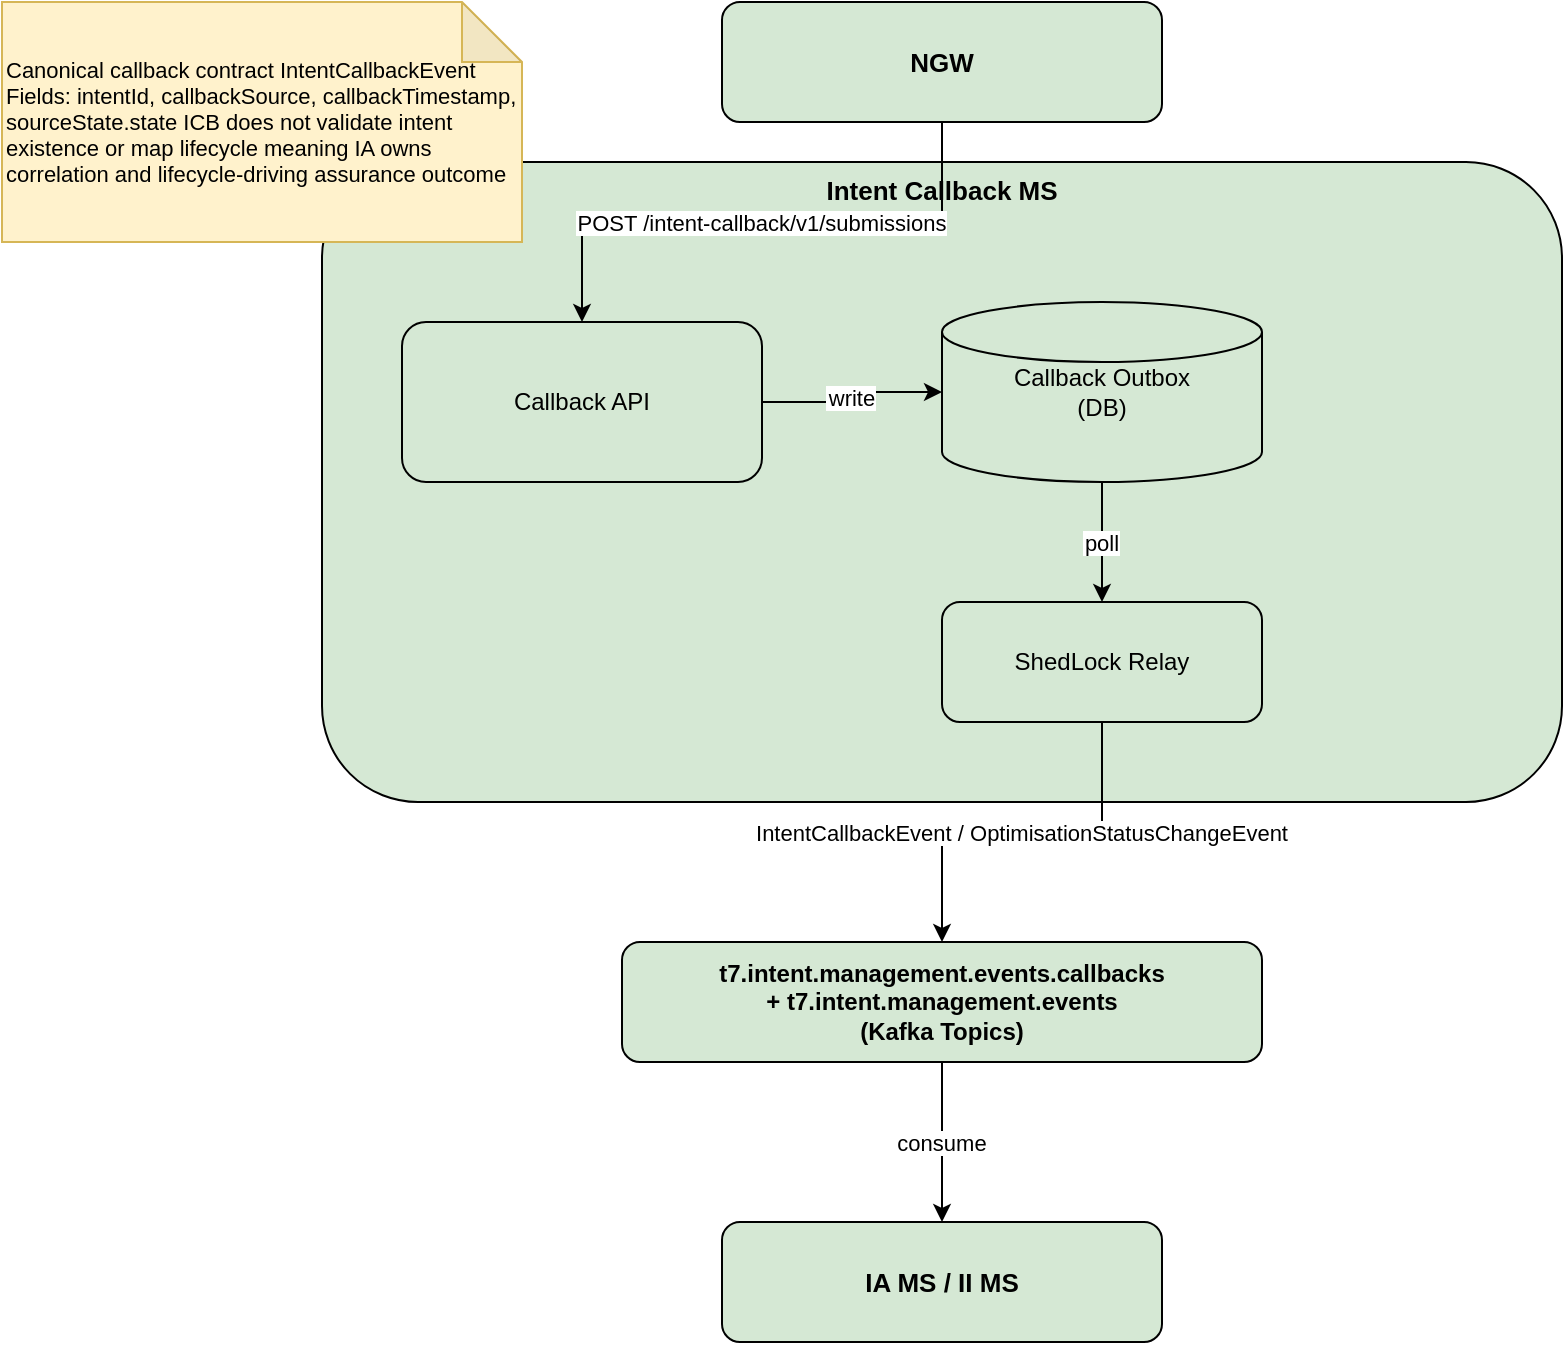
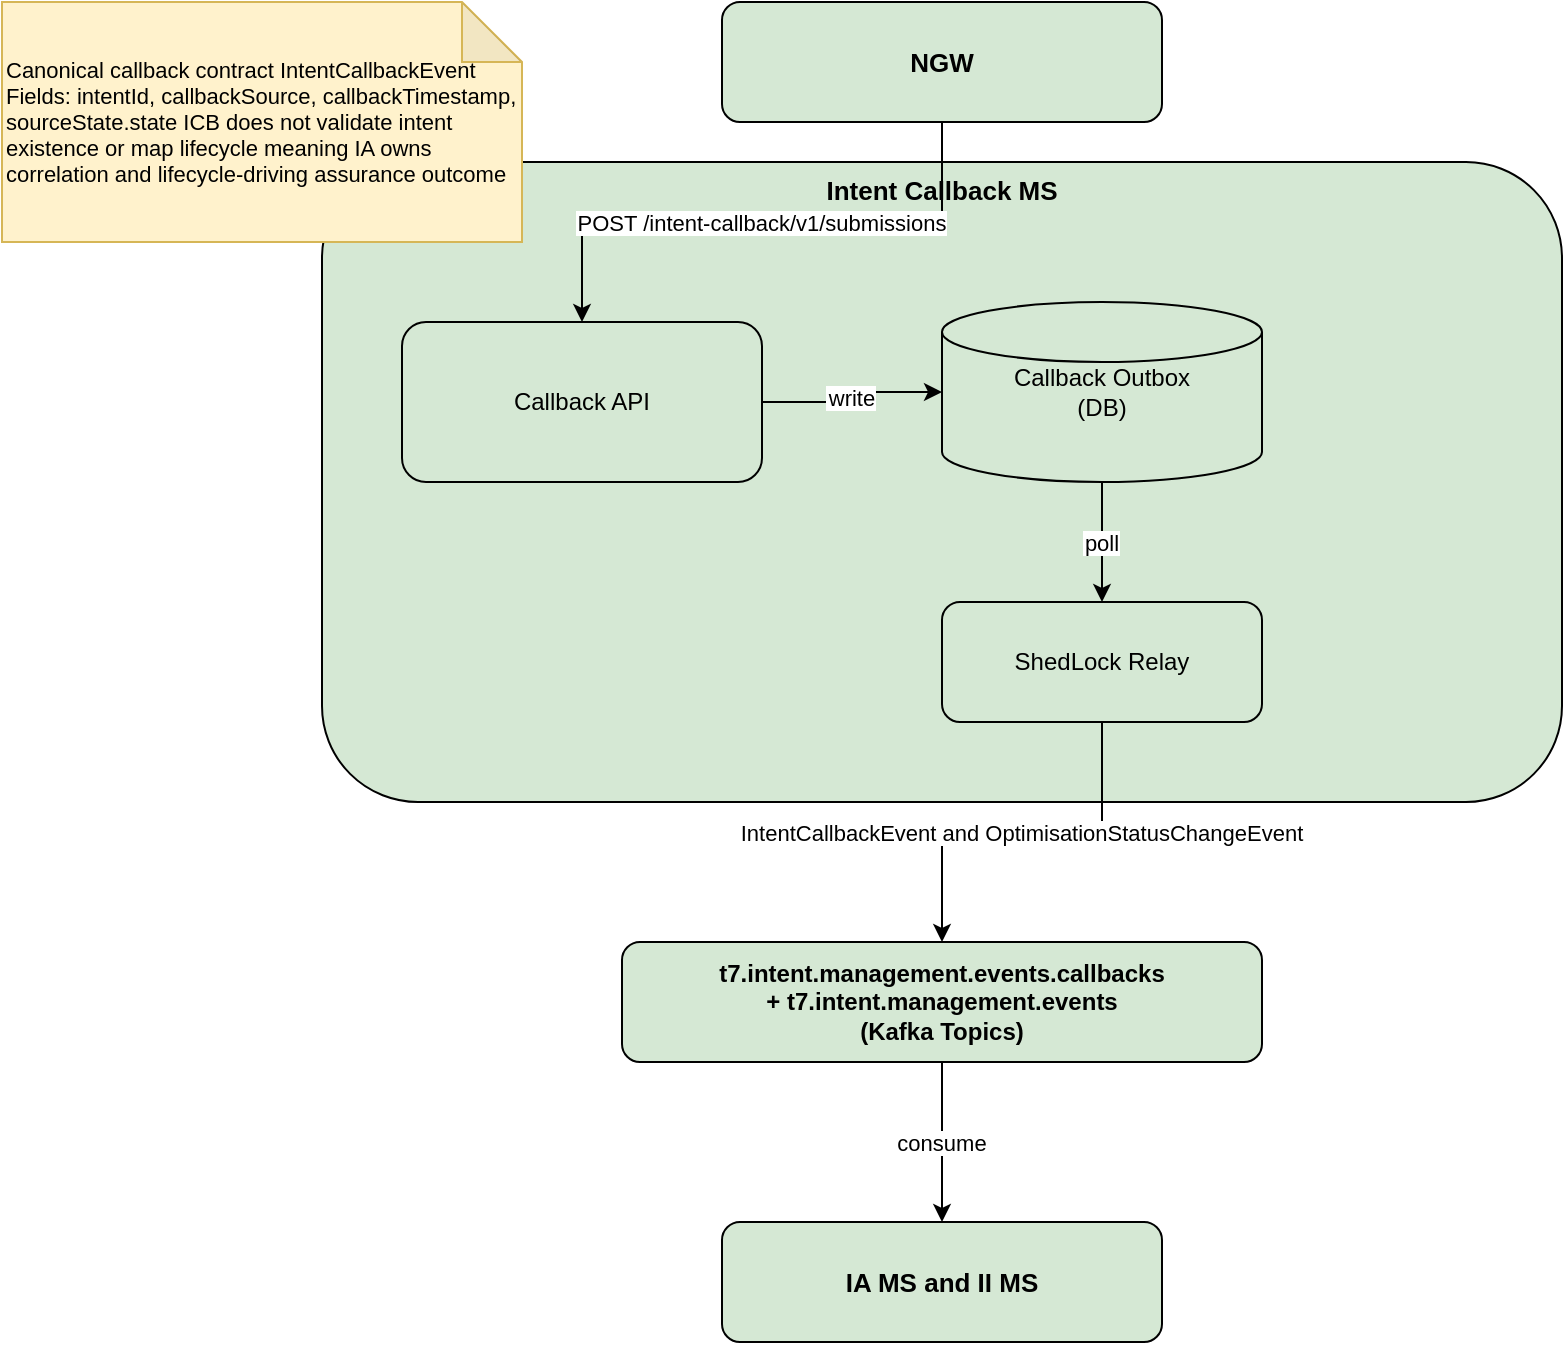
<mxfile host="65bd71144e">
    <diagram name="ICB MS Logical View" id="0">
        <mxGraphModel dx="584" dy="638" grid="1" gridSize="10" guides="1" tooltips="1" connect="1" arrows="1" fold="1" page="1" pageScale="1" pageWidth="1169" pageHeight="827" math="0" shadow="0" adaptiveColors="none">
            <root>
                <mxCell id="0"/>
                <mxCell id="1" parent="0"/>
                <mxCell id="2" value="NGW" style="rounded=1;whiteSpace=wrap;html=1;fillColor=#d5e8d4;strokeColor=default;fontStyle=1;fontSize=13;" parent="1" vertex="1">
                    <mxGeometry x="400" y="40" width="220" height="60" as="geometry"/>
                </mxCell>
                <mxCell id="3" value="Intent Callback MS" style="rounded=1;whiteSpace=wrap;html=1;fillColor=#d5e8d4;strokeColor=default;fontStyle=1;fontSize=13;verticalAlign=top;" parent="1" vertex="1">
                    <mxGeometry x="200" y="120" width="620" height="320" as="geometry"/>
                </mxCell>
                <mxCell id="4" value="Callback API" style="rounded=1;whiteSpace=wrap;html=1;fillColor=#d5e8d4;strokeColor=default;fontSize=12;" parent="1" vertex="1">
                    <mxGeometry x="240" y="200" width="180" height="80" as="geometry"/>
                </mxCell>
                <mxCell id="5" value="Callback Outbox&#xa;(DB)" style="shape=cylinder3;whiteSpace=wrap;html=1;fillColor=#d5e8d4;strokeColor=default;fontSize=12;" parent="1" vertex="1">
                    <mxGeometry x="510" y="190" width="160" height="90" as="geometry"/>
                </mxCell>
                <mxCell id="6" value="ShedLock Relay" style="rounded=1;whiteSpace=wrap;html=1;fillColor=#d5e8d4;strokeColor=default;fontSize=12;" parent="1" vertex="1">
                    <mxGeometry x="510" y="340" width="160" height="60" as="geometry"/>
                </mxCell>
                <mxCell id="7" value="t7.intent.management.events.callbacks&#xa;+ t7.intent.management.events&#xa;(Kafka Topics)" style="rounded=1;whiteSpace=wrap;html=1;fillColor=#d5e8d4;strokeColor=default;fontStyle=1;fontSize=12;" parent="1" vertex="1">
                    <mxGeometry x="350" y="510" width="320" height="60" as="geometry"/>
                </mxCell>
-                 <mxCell id="8" value="IA MS / II MS" style="rounded=1;whiteSpace=wrap;html=1;fillColor=#d5e8d4;strokeColor=default;fontStyle=1;fontSize=13;" parent="1" vertex="1">
+                 <mxCell id="8" value="IA MS and II MS" style="rounded=1;whiteSpace=wrap;html=1;fillColor=#d5e8d4;strokeColor=default;fontStyle=1;fontSize=13;" parent="1" vertex="1">
                    <mxGeometry x="400" y="650" width="220" height="60" as="geometry"/>
                </mxCell>
                <mxCell id="9" value="POST /intent-callback/v1/submissions" style="edgeStyle=orthogonalEdgeStyle;rounded=0;orthogonalLoop=1;jettySize=auto;exitX=0.5;exitY=1;entryX=0.5;entryY=0;fontSize=11;fillColor=#d5e8d4;strokeColor=default;" parent="1" source="2" target="4" edge="1">
                    <mxGeometry relative="1" as="geometry"/>
                </mxCell>
                <mxCell id="10" value="write" style="edgeStyle=orthogonalEdgeStyle;rounded=0;fontSize=11;fillColor=#d5e8d4;strokeColor=default;" parent="1" source="4" target="5" edge="1">
                    <mxGeometry relative="1" as="geometry"/>
                </mxCell>
                <mxCell id="11" value="poll" style="edgeStyle=orthogonalEdgeStyle;rounded=0;fontSize=11;fillColor=#d5e8d4;strokeColor=default;" parent="1" source="5" target="6" edge="1">
                    <mxGeometry relative="1" as="geometry"/>
                </mxCell>
-                 <mxCell id="12" value="IntentCallbackEvent / OptimisationStatusChangeEvent" style="edgeStyle=orthogonalEdgeStyle;rounded=0;fontSize=11;fillColor=#d5e8d4;strokeColor=default;" parent="1" source="6" target="7" edge="1">
+                 <mxCell id="12" value="IntentCallbackEvent and OptimisationStatusChangeEvent" style="edgeStyle=orthogonalEdgeStyle;rounded=0;fontSize=11;fillColor=#d5e8d4;strokeColor=default;" parent="1" source="6" target="7" edge="1">
                    <mxGeometry relative="1" as="geometry"/>
                </mxCell>
                <mxCell id="13" value="consume" style="edgeStyle=orthogonalEdgeStyle;rounded=0;fontSize=11;fillColor=#d5e8d4;strokeColor=default;" parent="1" source="7" target="8" edge="1">
                    <mxGeometry relative="1" as="geometry"/>
                </mxCell>

        <mxCell id="icb_contract_note" value="Canonical callback contract
IntentCallbackEvent
Fields: intentId, callbackSource, callbackTimestamp, sourceState.state
ICB does not validate intent existence or map lifecycle meaning
IA owns correlation and lifecycle-driving assurance outcome" style="shape=note;whiteSpace=wrap;html=1;backgroundOutline=1;darkOpacity=0.05;fillColor=#fff2cc;strokeColor=#d6b656;fontSize=11;align=left;" vertex="1" parent="1">
          <mxGeometry x="40" y="40" width="260" height="120" as="geometry" />
        </mxCell>

</root>
        </mxGraphModel>
    </diagram>
</mxfile>